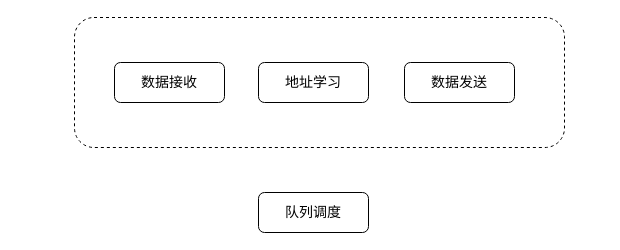
The draw.io diagram 流量处理子系统工作原理图.drawio in qiuqiu1234/my-test-pro, before the edit. Source tidied: cells renumbered, new cells numbered last; positions are measured from the earlier drawing's top-left corner, leaving out a move shared by most shapes. Both pictures are drawn from the tidied source at 100%, with x=0, y=0 at pixel (74, 17).
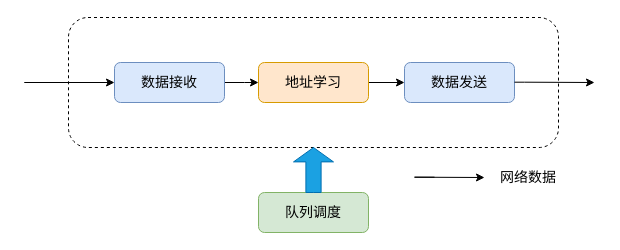
The same page after the edit.

Commit message (it also covers changes not shown here):
更新流量处理子系统工作原理图.drawio

Diff of the diagram source:
```diff
@@
     <mxCell id="2" style="rounded=1;whiteSpace=wrap;html=1;dashed=1;" parent="1" vertex="1">
-      <mxGeometry width="490" height="130" as="geometry" />
+      <mxGeometry x="-6" width="490" height="130" as="geometry" />
     </mxCell>
+    <mxCell id="7" style="edgeStyle=orthogonalEdgeStyle;rounded=0;jettySize=auto;html=1;fontSize=14;" parent="1" edge="1" source="3" target="4">
+      <mxGeometry relative="1" as="geometry">
+        <Array as="points">
+          <mxPoint x="170" y="65" />
+          <mxPoint x="170" y="65" />
+        </Array>
+      </mxGeometry>
+    </mxCell>
-    <mxCell id="3" value="&lt;font style=&quot;font-size: 14px;&quot;&gt;数据接收&lt;/font&gt;" style="rounded=1;whiteSpace=wrap;html=1;" parent="1" vertex="1">
+    <mxCell id="3" value="&lt;font style=&quot;font-size: 14px;&quot;&gt;数据接收&lt;/font&gt;" style="rounded=1;whiteSpace=wrap;html=1;fillColor=#dae8fc;strokeColor=#6c8ebf;" parent="1" vertex="1">
       <mxGeometry x="40" y="45" width="110" height="40" as="geometry" />
     </mxCell>
+    <mxCell id="8" style="edgeStyle=orthogonalEdgeStyle;rounded=0;jettySize=auto;html=1;fontSize=14;" parent="1" edge="1" source="4" target="5">
+      <mxGeometry relative="1" as="geometry" />
+    </mxCell>
-    <mxCell id="4" value="&lt;span style=&quot;font-size: 14px;&quot;&gt;地址学习&lt;/span&gt;" style="rounded=1;whiteSpace=wrap;html=1;" parent="1" vertex="1">
+    <mxCell id="4" value="&lt;span style=&quot;font-size: 14px;&quot;&gt;地址学习&lt;/span&gt;" style="rounded=1;whiteSpace=wrap;html=1;fillColor=#ffe6cc;strokeColor=#d79b00;" parent="1" vertex="1">
       <mxGeometry x="184" y="45" width="110" height="40" as="geometry" />
     </mxCell>
-    <mxCell id="5" value="&lt;font style=&quot;font-size: 14px;&quot;&gt;数据发送&lt;/font&gt;" style="rounded=1;whiteSpace=wrap;html=1;" parent="1" vertex="1">
+    <mxCell id="5" value="&lt;font style=&quot;font-size: 14px;&quot;&gt;数据发送&lt;/font&gt;" style="rounded=1;whiteSpace=wrap;html=1;fillColor=#dae8fc;strokeColor=#6c8ebf;" parent="1" vertex="1">
       <mxGeometry x="330" y="45" width="110" height="40" as="geometry" />
     </mxCell>
-    <mxCell id="6" value="&lt;font style=&quot;font-size: 14px;&quot;&gt;队列调度&lt;/font&gt;" style="rounded=1;whiteSpace=wrap;html=1;" parent="1" vertex="1">
+    <mxCell id="6" value="&lt;font style=&quot;font-size: 14px;&quot;&gt;队列调度&lt;/font&gt;" style="rounded=1;whiteSpace=wrap;html=1;fillColor=#d5e8d4;strokeColor=#82b366;" parent="1" vertex="1">
       <mxGeometry x="184" y="175" width="110" height="40" as="geometry" />
     </mxCell>
+    <mxCell id="9" style="edgeStyle=orthogonalEdgeStyle;rounded=0;jettySize=auto;html=1;fontSize=14;entryX=0;entryY=0.5;entryDx=0;entryDy=0;" parent="1" edge="1" target="3">
+      <mxGeometry relative="1" as="geometry">
+        <mxPoint x="-40" y="65" as="sourcePoint" />
+        <Array as="points">
+          <mxPoint x="-50" y="65" />
+        </Array>
+      </mxGeometry>
+    </mxCell>
+    <mxCell id="10" style="edgeStyle=orthogonalEdgeStyle;rounded=0;orthogonalLoop=1;jettySize=auto;html=1;fontSize=14;" parent="1" edge="1">
+      <mxGeometry relative="1" as="geometry">
+        <mxPoint x="440" y="64.7" as="sourcePoint" />
+        <mxPoint x="520" y="65" as="targetPoint" />
+        <Array as="points">
+          <mxPoint x="450" y="64.7" />
+        </Array>
+      </mxGeometry>
+    </mxCell>
+    <mxCell id="11" value="网络数据" style="text;html=1;strokeColor=none;fillColor=none;align=center;verticalAlign=middle;whiteSpace=wrap;rounded=0;fontSize=14;" parent="1" vertex="1">
+      <mxGeometry x="424" y="145" width="60" height="30" as="geometry" />
+    </mxCell>
+    <mxCell id="12" style="edgeStyle=orthogonalEdgeStyle;rounded=0;orthogonalLoop=1;jettySize=auto;html=1;fontSize=14;" parent="1" edge="1">
+      <mxGeometry relative="1" as="geometry">
+        <mxPoint x="360" y="159.7" as="sourcePoint" />
+        <mxPoint x="410" y="160" as="targetPoint" />
+        <Array as="points">
+          <mxPoint x="340" y="159.7" />
+        </Array>
+      </mxGeometry>
+    </mxCell>
+    <mxCell id="13" style="html=1;shadow=0;dashed=0;align=center;verticalAlign=middle;shape=mxgraph.arrows2.arrow;dy=0.62;dx=14.38;direction=north;notch=0;fontSize=14;fillColor=#1ba1e2;fontColor=#ffffff;strokeColor=#006EAF;" parent="1" vertex="1">
+      <mxGeometry x="219" y="130" width="40" height="45" as="geometry" />
+    </mxCell>
```
